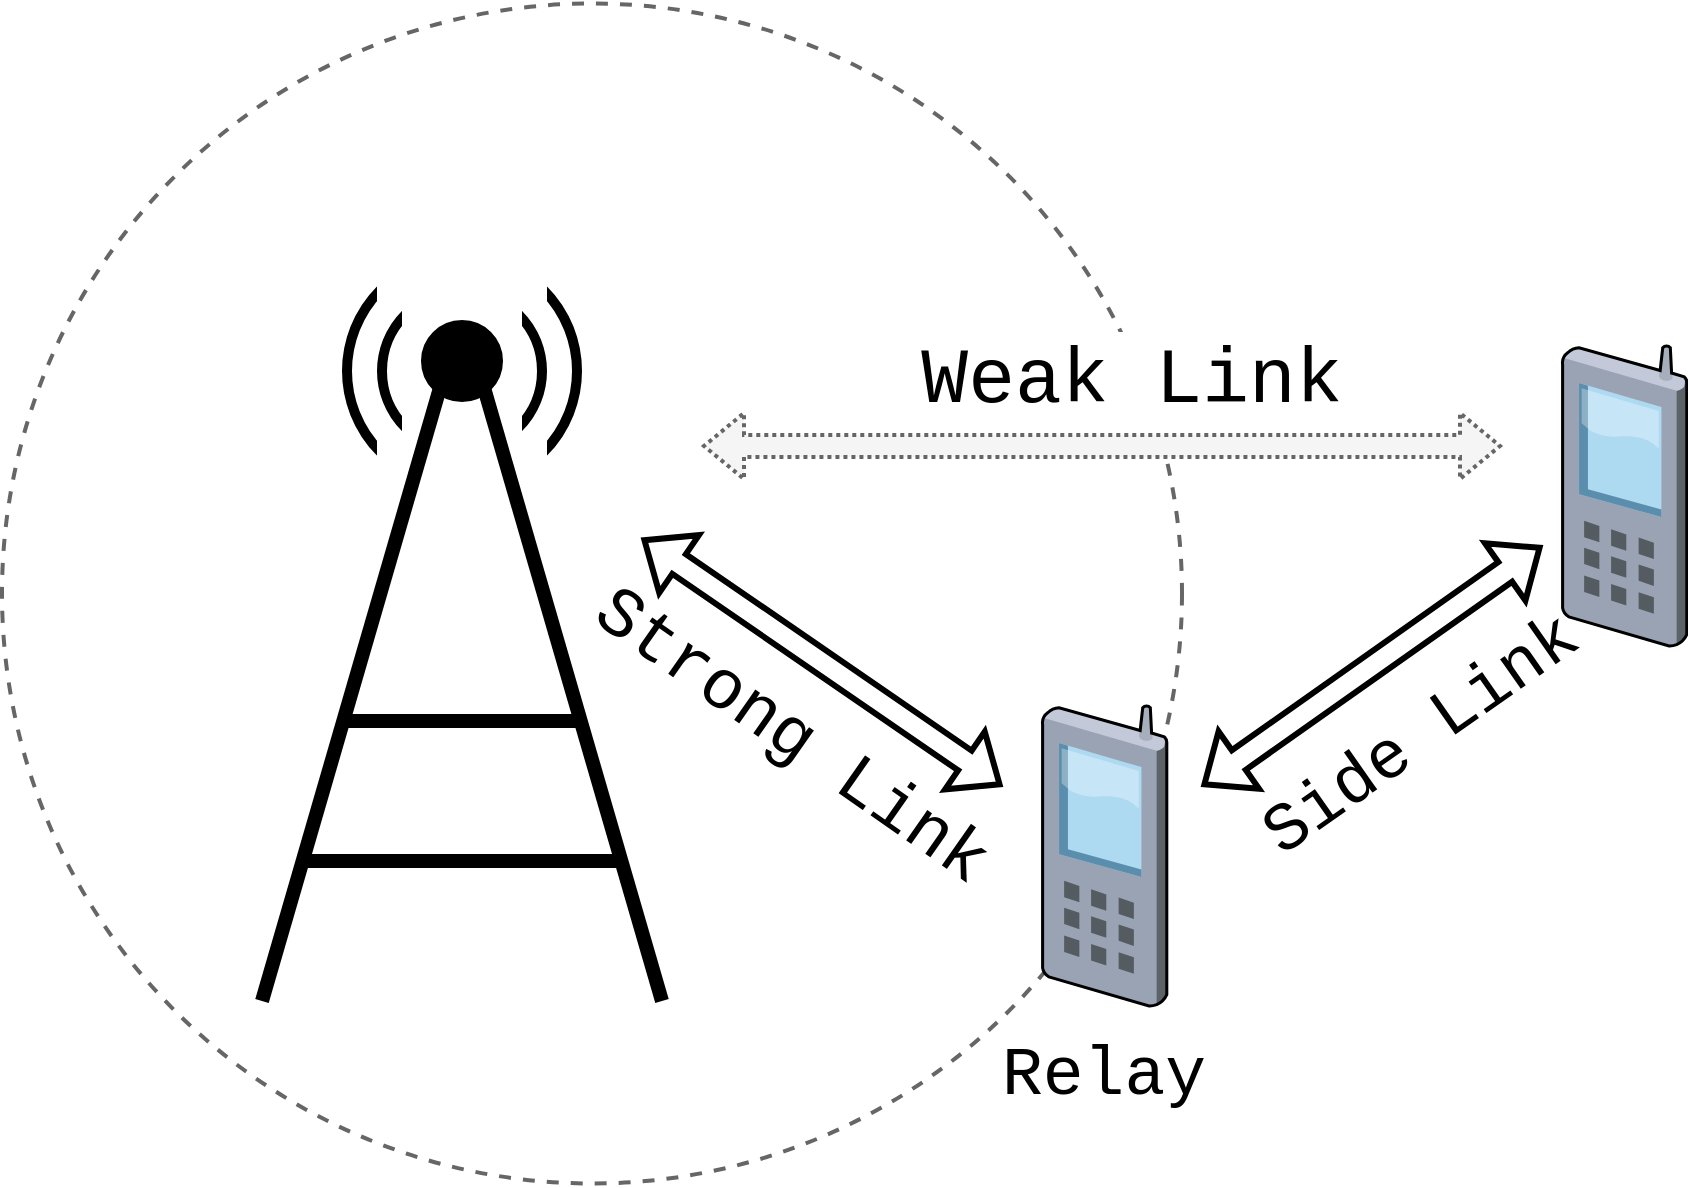
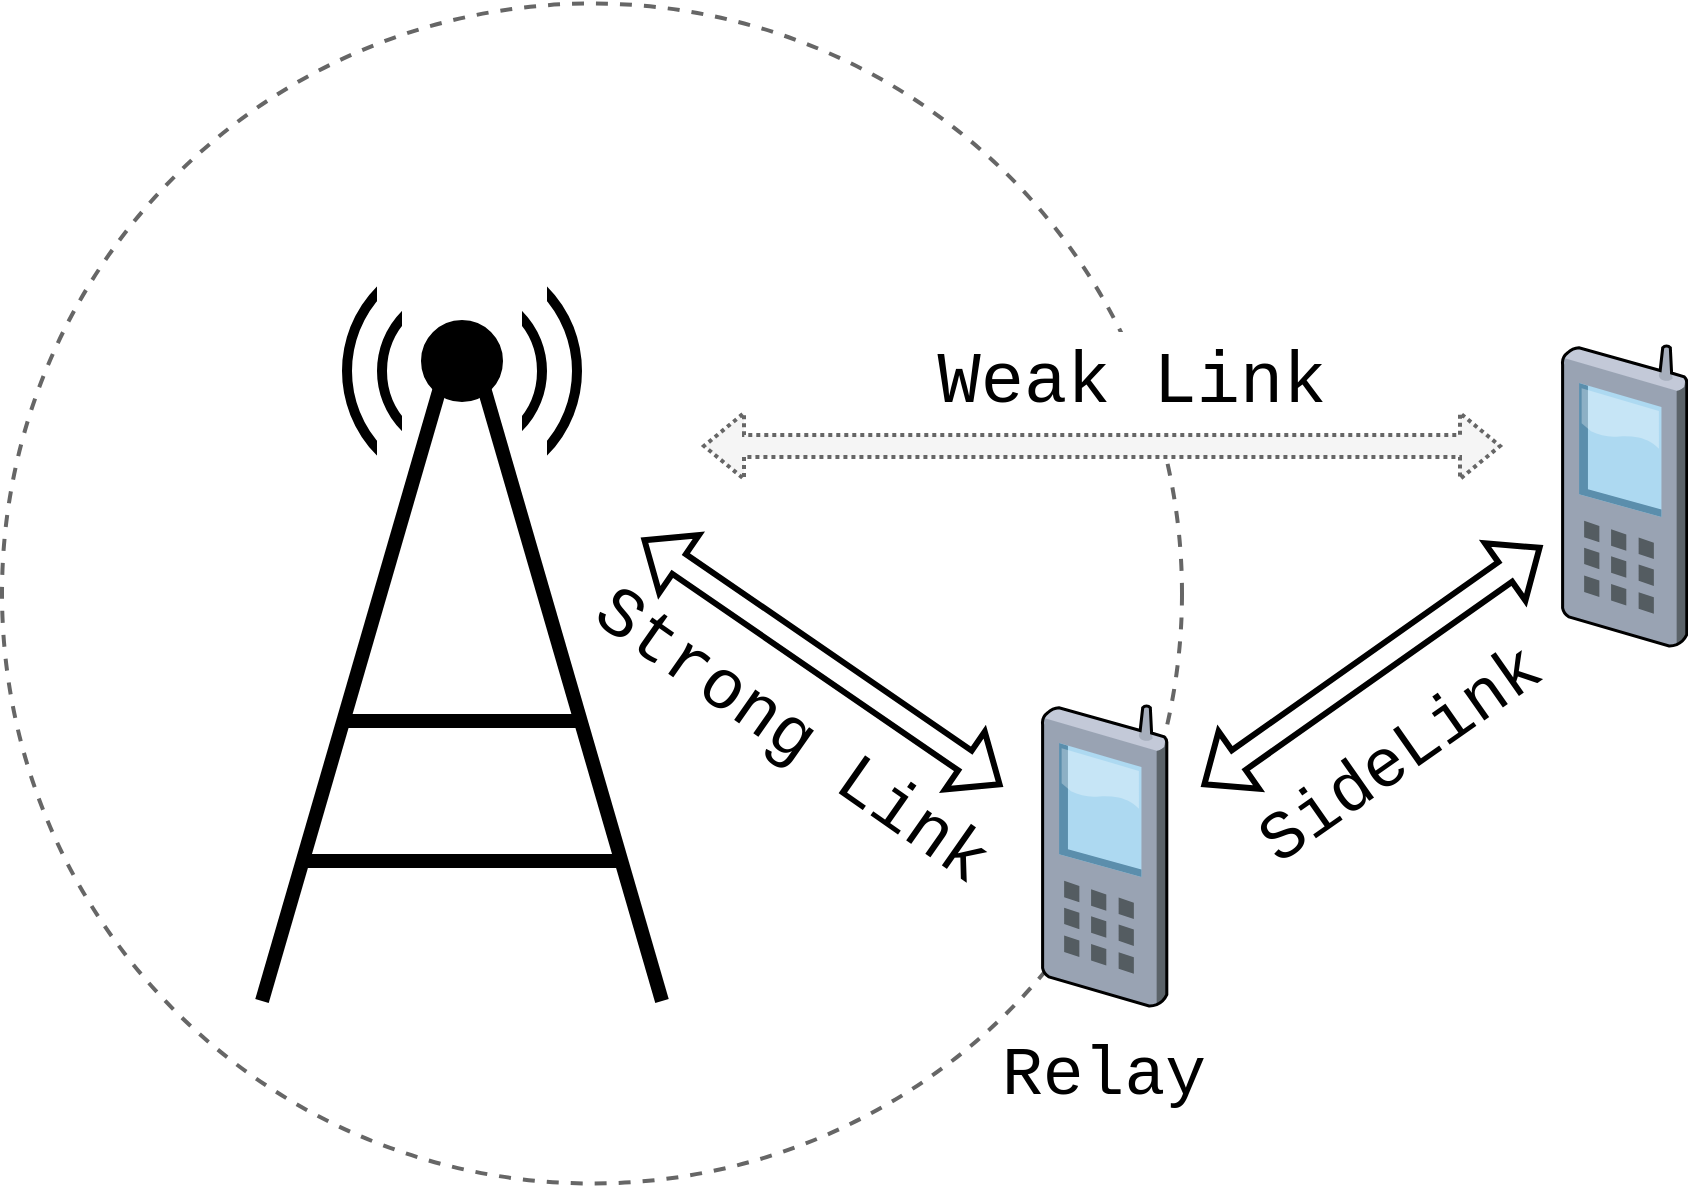
- <mxfile host="app.diagrams.net" agent="Mozilla/5.0 (X11; Linux x86_64) AppleWebKit/537.36 (KHTML, like Gecko) Chrome/134.0.0.0 Safari/537.36" version="26.2.7">
+ <mxfile host="app.diagrams.net" agent="Mozilla/5.0 (X11; Linux x86_64) AppleWebKit/537.36 (KHTML, like Gecko) Chrome/134.0.0.0 Safari/537.36" version="26.1.1">
  <diagram name="Page-1" id="-uwalU-gOkYBw5ut_4Op">
-     <mxGraphModel dx="2212" dy="1859" grid="1" gridSize="10" guides="1" tooltips="1" connect="1" arrows="1" fold="1" page="1" pageScale="1" pageWidth="850" pageHeight="1100" math="0" shadow="0">
+     <mxGraphModel dx="2804" dy="2177" grid="1" gridSize="10" guides="1" tooltips="1" connect="1" arrows="1" fold="1" page="1" pageScale="1" pageWidth="850" pageHeight="1100" math="0" shadow="0">
      <root>
        <mxCell id="0" />
        <mxCell id="1" parent="0" />
-         <mxCell id="tKKFt0F89F9XqecX8rig-29" value="" style="ellipse;whiteSpace=wrap;html=1;aspect=fixed;fillColor=none;dashed=1;strokeWidth=2;fontColor=#333333;strokeColor=#666666;" vertex="1" parent="1">
+         <mxCell id="tKKFt0F89F9XqecX8rig-29" value="" style="ellipse;whiteSpace=wrap;html=1;aspect=fixed;fillColor=none;dashed=1;strokeWidth=2;fontColor=#333333;strokeColor=#666666;" parent="1" vertex="1">
          <mxGeometry x="-30" y="-61.25" width="590" height="590" as="geometry" />
        </mxCell>
-         <mxCell id="tKKFt0F89F9XqecX8rig-32" value="" style="group" vertex="1" connectable="0" parent="1">
+         <mxCell id="tKKFt0F89F9XqecX8rig-32" value="" style="group" parent="1" vertex="1" connectable="0">
          <mxGeometry x="100" y="30" width="200" height="407.5" as="geometry" />
        </mxCell>
-         <mxCell id="tKKFt0F89F9XqecX8rig-21" value="" style="ellipse;whiteSpace=wrap;html=1;aspect=fixed;fillColor=none;strokeWidth=5;" vertex="1" parent="tKKFt0F89F9XqecX8rig-32">
+         <mxCell id="tKKFt0F89F9XqecX8rig-21" value="" style="ellipse;whiteSpace=wrap;html=1;aspect=fixed;fillColor=none;strokeWidth=5;" parent="tKKFt0F89F9XqecX8rig-32" vertex="1">
          <mxGeometry x="42.5" y="35" width="115" height="115" as="geometry" />
        </mxCell>
-         <mxCell id="tKKFt0F89F9XqecX8rig-26" value="" style="rounded=0;whiteSpace=wrap;html=1;strokeColor=none;" vertex="1" parent="tKKFt0F89F9XqecX8rig-32">
+         <mxCell id="tKKFt0F89F9XqecX8rig-26" value="" style="rounded=0;whiteSpace=wrap;html=1;strokeColor=none;" parent="tKKFt0F89F9XqecX8rig-32" vertex="1">
          <mxGeometry x="57.5" width="85" height="185" as="geometry" />
        </mxCell>
-         <mxCell id="tKKFt0F89F9XqecX8rig-19" value="" style="ellipse;whiteSpace=wrap;html=1;aspect=fixed;fillColor=none;strokeWidth=5;" vertex="1" parent="tKKFt0F89F9XqecX8rig-32">
+         <mxCell id="tKKFt0F89F9XqecX8rig-19" value="" style="ellipse;whiteSpace=wrap;html=1;aspect=fixed;fillColor=none;strokeWidth=5;" parent="tKKFt0F89F9XqecX8rig-32" vertex="1">
          <mxGeometry x="60" y="52.5" width="80" height="80" as="geometry" />
        </mxCell>
-         <mxCell id="tKKFt0F89F9XqecX8rig-20" value="" style="rounded=0;whiteSpace=wrap;html=1;strokeColor=none;" vertex="1" parent="tKKFt0F89F9XqecX8rig-32">
+         <mxCell id="tKKFt0F89F9XqecX8rig-20" value="" style="rounded=0;whiteSpace=wrap;html=1;strokeColor=none;" parent="tKKFt0F89F9XqecX8rig-32" vertex="1">
          <mxGeometry x="70" y="12.5" width="60" height="150" as="geometry" />
        </mxCell>
-         <mxCell id="tKKFt0F89F9XqecX8rig-16" value="" style="endArrow=none;html=1;rounded=0;strokeWidth=7;" edge="1" parent="tKKFt0F89F9XqecX8rig-32">
+         <mxCell id="tKKFt0F89F9XqecX8rig-16" value="" style="endArrow=none;html=1;rounded=0;strokeWidth=7;" parent="tKKFt0F89F9XqecX8rig-32" edge="1">
          <mxGeometry width="50" height="50" relative="1" as="geometry">
            <mxPoint x="40" y="267.5" as="sourcePoint" />
            <mxPoint x="160" y="267.5" as="targetPoint" />
          </mxGeometry>
        </mxCell>
-         <mxCell id="tKKFt0F89F9XqecX8rig-18" value="" style="endArrow=none;html=1;rounded=0;strokeWidth=7;" edge="1" parent="tKKFt0F89F9XqecX8rig-32">
+         <mxCell id="tKKFt0F89F9XqecX8rig-18" value="" style="endArrow=none;html=1;rounded=0;strokeWidth=7;" parent="tKKFt0F89F9XqecX8rig-32" edge="1">
          <mxGeometry width="50" height="50" relative="1" as="geometry">
            <mxPoint x="20" y="337.5" as="sourcePoint" />
            <mxPoint x="180" y="337.5" as="targetPoint" />
          </mxGeometry>
        </mxCell>
-         <mxCell id="tKKFt0F89F9XqecX8rig-17" value="" style="ellipse;whiteSpace=wrap;html=1;aspect=fixed;fillColor=#000000;" vertex="1" parent="tKKFt0F89F9XqecX8rig-32">
+         <mxCell id="tKKFt0F89F9XqecX8rig-17" value="" style="ellipse;whiteSpace=wrap;html=1;aspect=fixed;fillColor=#000000;" parent="tKKFt0F89F9XqecX8rig-32" vertex="1">
          <mxGeometry x="80" y="67.5" width="40" height="40" as="geometry" />
        </mxCell>
-         <mxCell id="tKKFt0F89F9XqecX8rig-15" value="" style="endArrow=none;html=1;rounded=0;strokeWidth=7;" edge="1" parent="tKKFt0F89F9XqecX8rig-32">
+         <mxCell id="tKKFt0F89F9XqecX8rig-15" value="" style="endArrow=none;html=1;rounded=0;strokeWidth=7;" parent="tKKFt0F89F9XqecX8rig-32" edge="1">
          <mxGeometry width="50" height="50" relative="1" as="geometry">
            <mxPoint x="200" y="407.5" as="sourcePoint" />
            <mxPoint x="110" y="97.5" as="targetPoint" />
          </mxGeometry>
        </mxCell>
-         <mxCell id="tKKFt0F89F9XqecX8rig-14" value="" style="endArrow=none;html=1;rounded=0;strokeWidth=7;" edge="1" parent="tKKFt0F89F9XqecX8rig-32">
+         <mxCell id="tKKFt0F89F9XqecX8rig-14" value="" style="endArrow=none;html=1;rounded=0;strokeWidth=7;" parent="tKKFt0F89F9XqecX8rig-32" edge="1">
          <mxGeometry width="50" height="50" relative="1" as="geometry">
            <mxPoint y="407.5" as="sourcePoint" />
            <mxPoint x="90" y="97.5" as="targetPoint" />
          </mxGeometry>
        </mxCell>
-         <mxCell id="tKKFt0F89F9XqecX8rig-33" value="" style="endArrow=classic;startArrow=classic;html=1;rounded=0;strokeWidth=3;shape=flexArrow;" edge="1" parent="1">
+         <mxCell id="tKKFt0F89F9XqecX8rig-33" value="" style="endArrow=classic;startArrow=classic;html=1;rounded=0;strokeWidth=3;shape=flexArrow;" parent="1" edge="1">
          <mxGeometry width="50" height="50" relative="1" as="geometry">
            <mxPoint x="290" y="206.25" as="sourcePoint" />
            <mxPoint x="470" y="330" as="targetPoint" />
          </mxGeometry>
        </mxCell>
-         <mxCell id="tKKFt0F89F9XqecX8rig-34" value="" style="endArrow=classic;startArrow=classic;html=1;rounded=0;strokeWidth=3;shape=flexArrow;" edge="1" parent="1">
+         <mxCell id="tKKFt0F89F9XqecX8rig-34" value="" style="endArrow=classic;startArrow=classic;html=1;rounded=0;strokeWidth=3;shape=flexArrow;" parent="1" edge="1">
          <mxGeometry width="50" height="50" relative="1" as="geometry">
            <mxPoint x="570" y="330" as="sourcePoint" />
            <mxPoint x="740" y="210" as="targetPoint" />
          </mxGeometry>
        </mxCell>
-         <mxCell id="tKKFt0F89F9XqecX8rig-36" value="" style="endArrow=classic;startArrow=classic;html=1;rounded=0;strokeWidth=2;shape=flexArrow;dashed=1;dashPattern=1 1;fillColor=#f5f5f5;strokeColor=#666666;" edge="1" parent="1">
+         <mxCell id="tKKFt0F89F9XqecX8rig-36" value="" style="endArrow=classic;startArrow=classic;html=1;rounded=0;strokeWidth=2;shape=flexArrow;dashed=1;dashPattern=1 1;fillColor=#f5f5f5;strokeColor=#666666;" parent="1" edge="1">
          <mxGeometry width="50" height="50" relative="1" as="geometry">
            <mxPoint x="320" y="160" as="sourcePoint" />
            <mxPoint x="720" y="160" as="targetPoint" />
          </mxGeometry>
        </mxCell>
-         <mxCell id="tKKFt0F89F9XqecX8rig-39" value="&lt;font style=&quot;font-size: 39px;&quot;&gt;Weak Link&lt;/font&gt;" style="text;html=1;align=center;verticalAlign=middle;whiteSpace=wrap;rounded=0;fillColor=default;fontFamily=Courier New;" vertex="1" parent="1">
+         <mxCell id="tKKFt0F89F9XqecX8rig-39" value="&lt;font style=&quot;font-size: 36px;&quot;&gt;Weak Link&lt;/font&gt;" style="text;html=1;align=center;verticalAlign=middle;whiteSpace=wrap;rounded=0;fillColor=default;fontFamily=Courier New;" parent="1" vertex="1">
          <mxGeometry x="425" y="103" width="220" height="50" as="geometry" />
        </mxCell>
-         <mxCell id="tKKFt0F89F9XqecX8rig-40" value="&lt;font style=&quot;font-size: 35px;&quot;&gt;Strong Link&lt;/font&gt;" style="text;html=1;align=center;verticalAlign=middle;whiteSpace=wrap;rounded=0;rotation=35;fontFamily=Courier New;" vertex="1" parent="1">
+         <mxCell id="tKKFt0F89F9XqecX8rig-40" value="&lt;font style=&quot;font-size: 35px;&quot;&gt;Strong Link&lt;/font&gt;" style="text;html=1;align=center;verticalAlign=middle;whiteSpace=wrap;rounded=0;rotation=35;fontFamily=Courier New;" parent="1" vertex="1">
          <mxGeometry x="240" y="290" width="250" height="30" as="geometry" />
        </mxCell>
-         <mxCell id="tKKFt0F89F9XqecX8rig-41" value="&lt;font style=&quot;font-size: 34px;&quot;&gt;Side Link&lt;/font&gt;" style="text;html=1;align=center;verticalAlign=middle;whiteSpace=wrap;rounded=0;rotation=-35;fontFamily=Courier New;" vertex="1" parent="1">
-           <mxGeometry x="580" y="290" width="200" height="30" as="geometry" />
+         <mxCell id="tKKFt0F89F9XqecX8rig-41" value="&lt;font style=&quot;font-size: 34px;&quot;&gt;SideLink&lt;/font&gt;" style="text;html=1;align=center;verticalAlign=middle;whiteSpace=wrap;rounded=0;rotation=-35;fontFamily=Courier New;" parent="1" vertex="1">
+           <mxGeometry x="570" y="300" width="200" height="30" as="geometry" />
        </mxCell>
-         <mxCell id="tKKFt0F89F9XqecX8rig-44" value="" style="verticalLabelPosition=bottom;sketch=0;aspect=fixed;html=1;verticalAlign=top;strokeColor=none;align=center;outlineConnect=0;shape=mxgraph.citrix.cell_phone;" vertex="1" parent="1">
+         <mxCell id="tKKFt0F89F9XqecX8rig-44" value="" style="verticalLabelPosition=bottom;sketch=0;aspect=fixed;html=1;verticalAlign=top;strokeColor=none;align=center;outlineConnect=0;shape=mxgraph.citrix.cell_phone;" parent="1" vertex="1">
          <mxGeometry x="490" y="290" width="62.5" height="150" as="geometry" />
        </mxCell>
-         <mxCell id="tKKFt0F89F9XqecX8rig-45" value="" style="verticalLabelPosition=bottom;sketch=0;aspect=fixed;html=1;verticalAlign=top;strokeColor=none;align=center;outlineConnect=0;shape=mxgraph.citrix.cell_phone;" vertex="1" parent="1">
+         <mxCell id="tKKFt0F89F9XqecX8rig-45" value="" style="verticalLabelPosition=bottom;sketch=0;aspect=fixed;html=1;verticalAlign=top;strokeColor=none;align=center;outlineConnect=0;shape=mxgraph.citrix.cell_phone;" parent="1" vertex="1">
          <mxGeometry x="750" y="110" width="62.5" height="150" as="geometry" />
        </mxCell>
-         <mxCell id="tKKFt0F89F9XqecX8rig-46" value="&lt;font style=&quot;font-size: 34px;&quot; face=&quot;Courier New&quot;&gt;Relay&lt;/font&gt;" style="text;html=1;align=center;verticalAlign=middle;whiteSpace=wrap;rounded=0;" vertex="1" parent="1">
+         <mxCell id="tKKFt0F89F9XqecX8rig-46" value="&lt;font style=&quot;font-size: 34px;&quot; face=&quot;Courier New&quot;&gt;Relay&lt;/font&gt;" style="text;html=1;align=center;verticalAlign=middle;whiteSpace=wrap;rounded=0;" parent="1" vertex="1">
          <mxGeometry x="491.25" y="460" width="60" height="30" as="geometry" />
        </mxCell>
      </root>
    </mxGraphModel>
  </diagram>
</mxfile>
